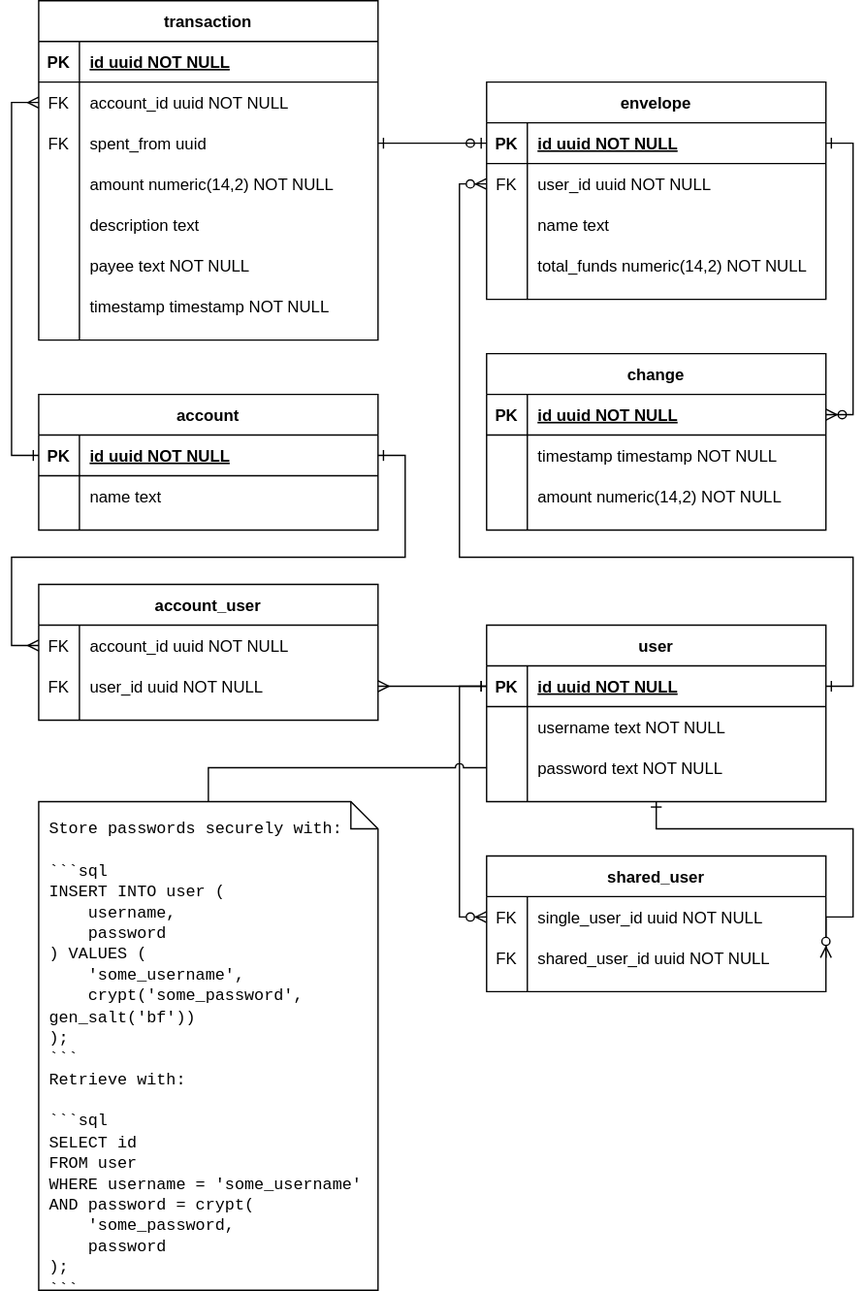
Above: data-er.svg in andrew-chang-dewitt/hoops-api (draw.io), before the change. Source tidied: cells renumbered, new cells last; positions are measured from the earlier drawing's top-left corner, leaving out a move shared by most shapes.
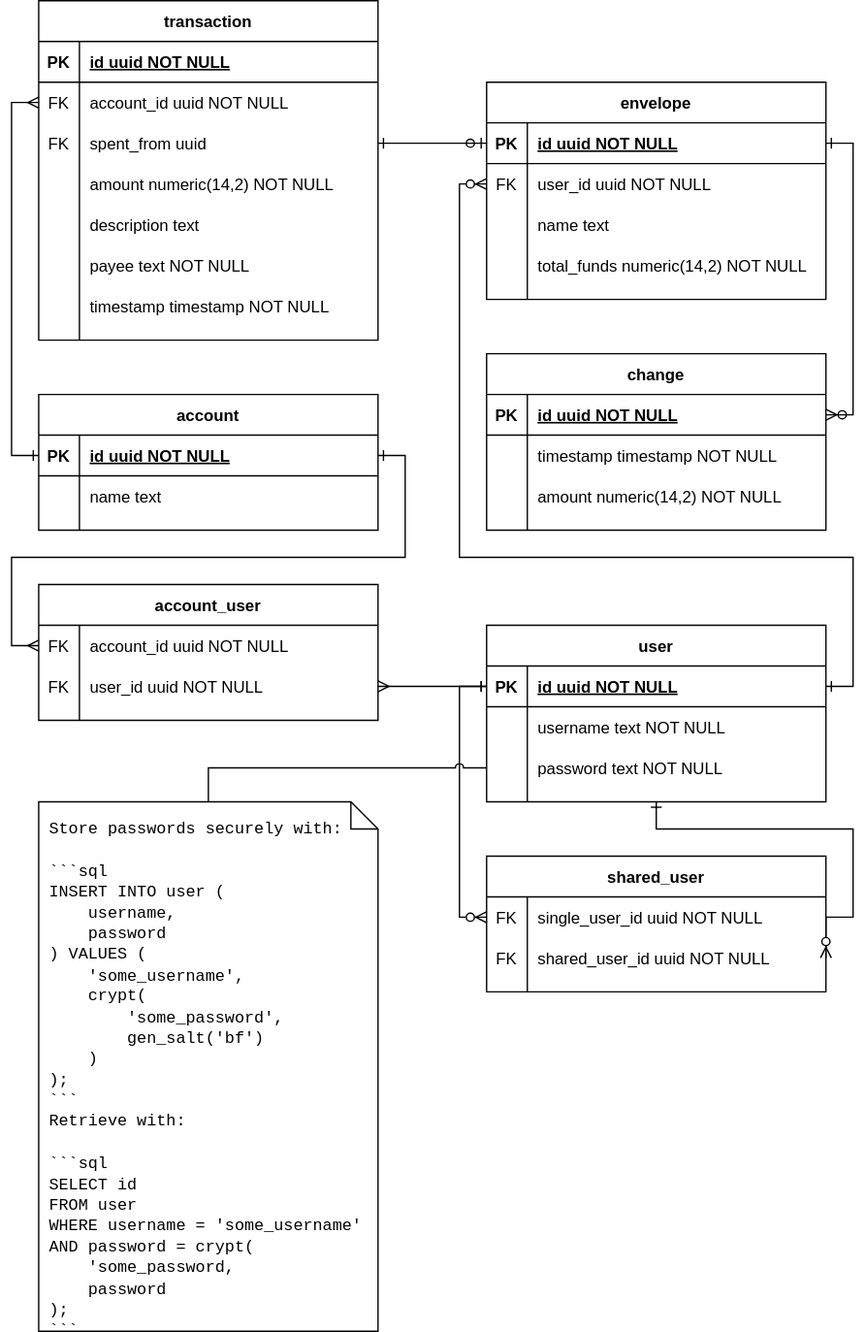
Above is the later version.

Commit message:
Update note formatting.

What changed in the source:
````diff
@@ -275,8 +275,8 @@
         </Array>
       </mxGeometry>
     </mxCell>
-    <mxCell id="86" value="&lt;font face=&quot;Courier New&quot;&gt;Store passwords securely with:&lt;br&gt;&lt;br&gt;```sql&lt;br&gt;INSERT INTO user (&lt;br&gt;&amp;nbsp; &amp;nbsp; username, &lt;br&gt;&amp;nbsp; &amp;nbsp; password&lt;br&gt;)&amp;nbsp;VALUES (&lt;br&gt;&amp;nbsp; &amp;nbsp; 'some_username',&lt;br&gt;&amp;nbsp; &amp;nbsp; crypt('some_password', gen_salt('bf'))&lt;br&gt;);&lt;br&gt;```&lt;br&gt;Retrieve with:&lt;br&gt;&lt;br&gt;```sql&lt;br&gt;SELECT id&lt;br&gt;FROM user&lt;br&gt;WHERE username = 'some_username'&lt;br&gt;AND password = crypt(&lt;br&gt;&amp;nbsp; &amp;nbsp; 'some_password, &lt;br&gt;&amp;nbsp; &amp;nbsp; password&lt;br&gt;);&lt;br&gt;```&lt;/font&gt;" style="shape=note;size=20;whiteSpace=wrap;html=1;fillColor=none;align=left;verticalAlign=top;perimeterSpacing=0;spacingTop=6;spacingLeft=6;spacingBottom=6;spacingRight=6;strokeColor=default;fontColor=default;" parent="1" vertex="1">
-      <mxGeometry x="20" y="590" width="250" height="360" as="geometry" />
+    <mxCell id="86" value="&lt;font face=&quot;Courier New&quot;&gt;Store passwords securely with:&lt;br&gt;&lt;br&gt;```sql&lt;br&gt;INSERT INTO user (&lt;br&gt;&amp;nbsp; &amp;nbsp; username, &lt;br&gt;&amp;nbsp; &amp;nbsp; password&lt;br&gt;)&amp;nbsp;VALUES (&lt;br&gt;&amp;nbsp; &amp;nbsp; 'some_username',&lt;br&gt;&amp;nbsp; &amp;nbsp; crypt(&lt;br&gt;&amp;nbsp; &amp;nbsp; &amp;nbsp; &amp;nbsp; 'some_password', &lt;br&gt;&amp;nbsp; &amp;nbsp; &amp;nbsp; &amp;nbsp; gen_salt('bf')&lt;br&gt;&amp;nbsp; &amp;nbsp; )&lt;br&gt;);&lt;br&gt;```&lt;br&gt;Retrieve with:&lt;br&gt;&lt;br&gt;```sql&lt;br&gt;SELECT id&lt;br&gt;FROM user&lt;br&gt;WHERE username = 'some_username'&lt;br&gt;AND password = crypt(&lt;br&gt;&amp;nbsp; &amp;nbsp; 'some_password, &lt;br&gt;&amp;nbsp; &amp;nbsp; password&lt;br&gt;);&lt;br&gt;```&lt;/font&gt;" style="shape=note;size=20;whiteSpace=wrap;html=1;fillColor=none;align=left;verticalAlign=top;perimeterSpacing=0;spacingTop=6;spacingLeft=6;spacingBottom=6;spacingRight=6;strokeColor=default;fontColor=default;" parent="1" vertex="1">
+      <mxGeometry x="20" y="590" width="250" height="390" as="geometry" />
     </mxCell>
     <mxCell id="87" style="edgeStyle=orthogonalEdgeStyle;rounded=0;jumpStyle=arc;jettySize=auto;html=1;labelBackgroundColor=default;fontColor=default;startArrow=none;startFill=0;endArrow=none;endFill=0;strokeColor=default;" parent="1" edge="1" source="46" target="86">
       <mxGeometry relative="1" as="geometry" />
````
